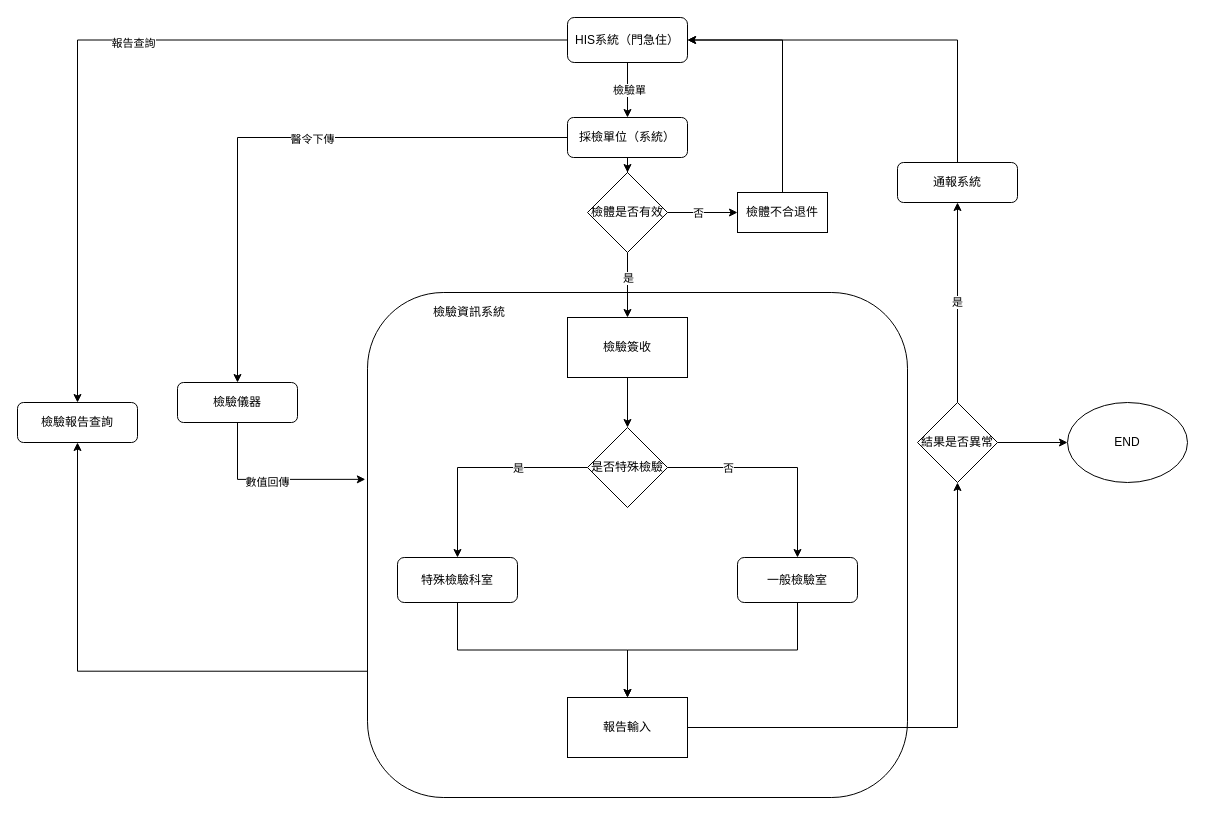
This is 未命名绘图.drawio from axl66696/examine-system-workflow, a draw.io file, before an edit. Source tidied: cells renumbered, new cells numbered last; positions are measured from the earlier drawing's top-left corner, leaving out a move shared by most shapes. Both pictures are drawn from the tidied source at 100%, with x=0, y=0 at pixel (17, 17).
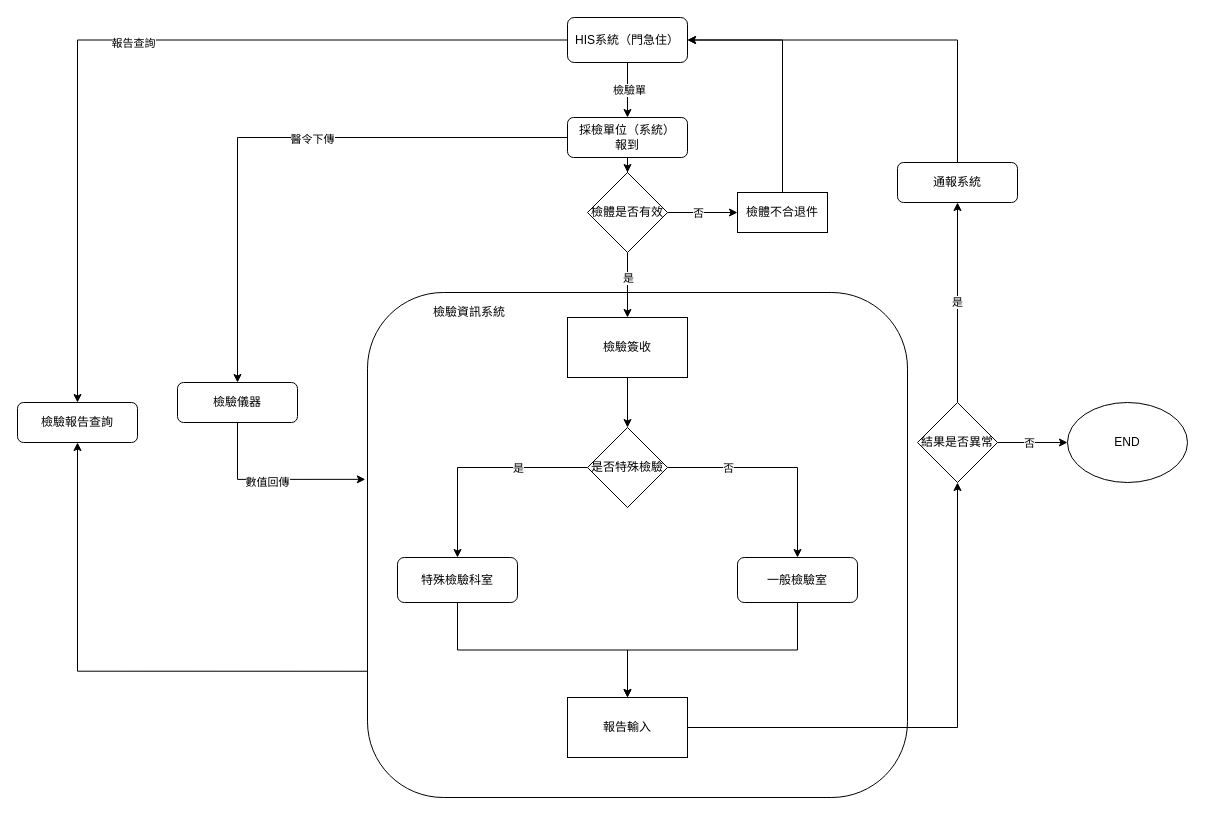
Above is the later version.

Unchanged cells that the change refers to:
```xml
<mxCell id="32" style="edgeStyle=orthogonalEdgeStyle;rounded=0;jettySize=auto;html=1;entryX=0;entryY=0.5;entryDx=0;entryDy=0;" parent="1" edge="1" source="33" target="37">
  <mxGeometry relative="1" as="geometry" />
</mxCell>
```

The edit, as a diff of the source:
```diff
@@
-    <mxCell id="26" value="採檢單位（系統）" style="rounded=1;whiteSpace=wrap;html=1;fontSize=12;glass=0;strokeWidth=1;shadow=0;" parent="1" vertex="1">
+    <mxCell id="26" value="採檢單位（系統）&lt;div&gt;報到&lt;/div&gt;" style="rounded=1;whiteSpace=wrap;html=1;fontSize=12;glass=0;strokeWidth=1;shadow=0;" parent="1" vertex="1">
       <mxGeometry x="550" y="100" width="120" height="40" as="geometry" />
     </mxCell>
@@
+    <mxCell id="45" value="否" style="edgeLabel;html=1;align=center;verticalAlign=middle;" parent="32" vertex="1">
+      <mxGeometry x="-0.11" relative="1" as="geometry" />
+    </mxCell>
```
